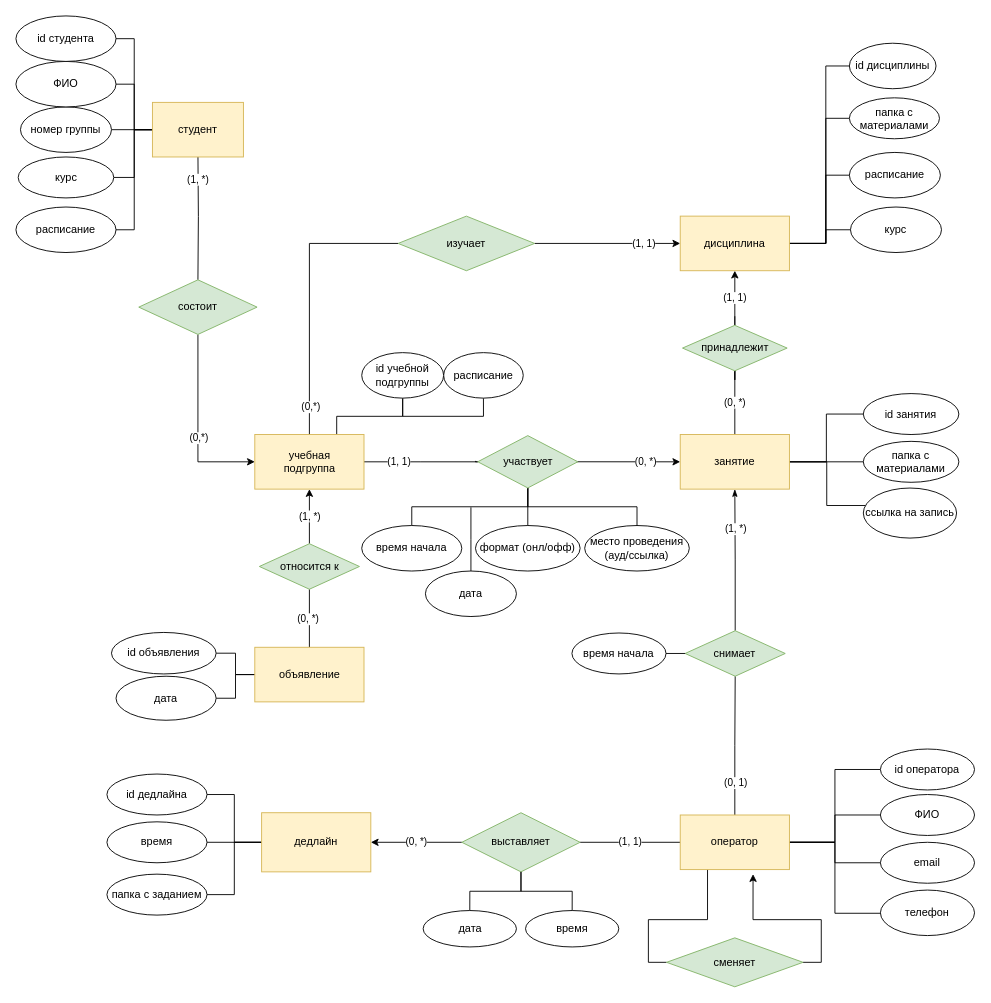
This is Untitled Diagram.drawio from goozlike/LectorPlus-database, a draw.io file, before an edit. Source tidied: cells renumbered, new cells numbered last; positions are measured from the earlier drawing's top-left corner, leaving out a move shared by most shapes. Both pictures are drawn from the tidied source at 91%, with x=0, y=0 at pixel (15, 15).
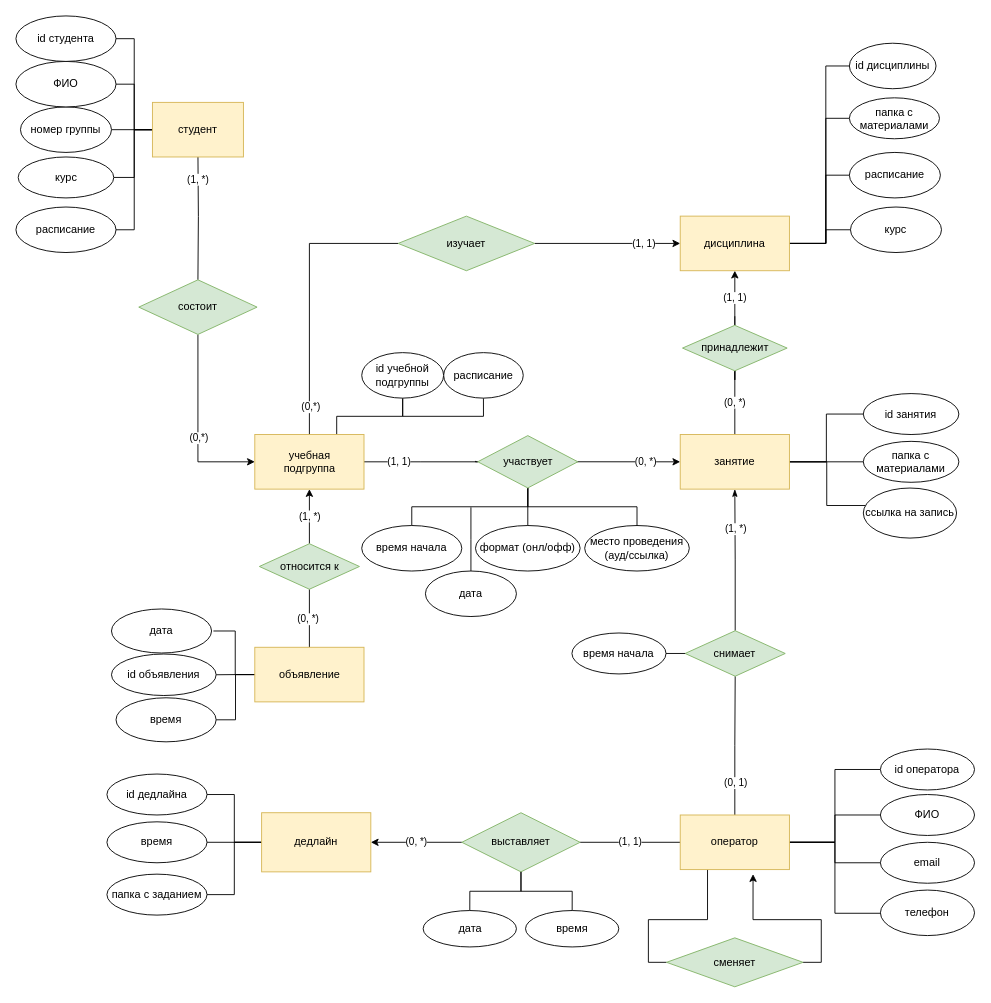
The same page after the edit.

What changed in the source:
```diff
@@
+    <mxCell id="105" style="edgeStyle=orthogonalEdgeStyle;rounded=0;orthogonalLoop=1;jettySize=auto;html=1;exitX=0;exitY=0.5;exitDx=0;exitDy=0;entryX=1;entryY=0.5;entryDx=0;entryDy=0;startArrow=none;startFill=0;endArrow=none;endFill=0;" parent="1" edge="1">
+      <mxGeometry relative="1" as="geometry">
+        <mxPoint x="264.5" y="723.8" as="sourcePoint" />
+        <mxPoint x="217" y="675.9" as="targetPoint" />
+        <Array as="points">
+          <mxPoint x="241" y="724" />
+          <mxPoint x="241" y="676" />
+        </Array>
+      </mxGeometry>
+    </mxCell>
@@
-    <mxCell id="88" value="дата" style="ellipse;whiteSpace=wrap;html=1;" parent="1" vertex="1">
-      <mxGeometry x="110" y="725.6" width="110" height="48.4" as="geometry" />
+    <mxCell id="88" value="время" style="ellipse;whiteSpace=wrap;html=1;" parent="1" vertex="1">
+      <mxGeometry x="110" y="749.3" width="110" height="48.4" as="geometry" />
     </mxCell>
@@
     <mxCell id="91" value="id объявления" style="ellipse;whiteSpace=wrap;html=1;" parent="1" vertex="1">
-      <mxGeometry x="105" y="677.5" width="115" height="45.6" as="geometry" />
+      <mxGeometry x="105" y="701.2" width="115" height="45.6" as="geometry" />
     </mxCell>
@@
+    <mxCell id="106" value="дата" style="ellipse;whiteSpace=wrap;html=1;" parent="1" vertex="1">
+      <mxGeometry x="105" y="651.7" width="110" height="48.4" as="geometry" />
+    </mxCell>
```
